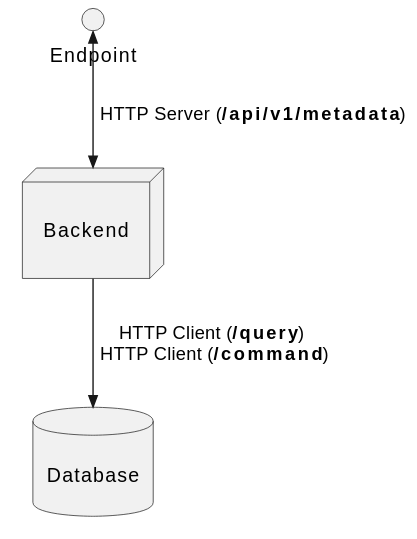
The PlantUML diagram docs/images/metadata-endpoint.svg in ulbmuenster/dataasee, before a commit. Its diagram source:
```plantuml
@startuml
interface endpoint [
Endpoint
]

node backend [

Backend

]

database database [

Database

]

endpoint <<-->> backend : " HTTP Server (<b>/api/v1/metadata</b>)"
backend -->> database : " HTTP Client (<b>/query</b>) \n HTTP Client (<b>/command</b>)"
@enduml
```
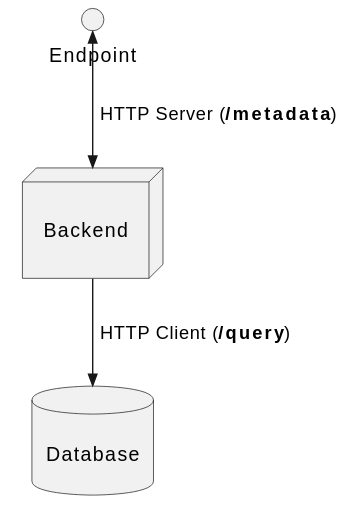
Above is the later version.

What changed in the source:
```diff
@@ -15,6 +15,6 @@
 
 ]
 
-endpoint <<-->> backend : " HTTP Server (<b>/api/v1/metadata</b>)"
-backend -->> database : " HTTP Client (<b>/query</b>) \n HTTP Client (<b>/command</b>)"
+endpoint <<-->> backend : " HTTP Server (<b>/metadata</b>)"
+backend -->> database : " HTTP Client (<b>/query</b>)"
 @enduml
```
